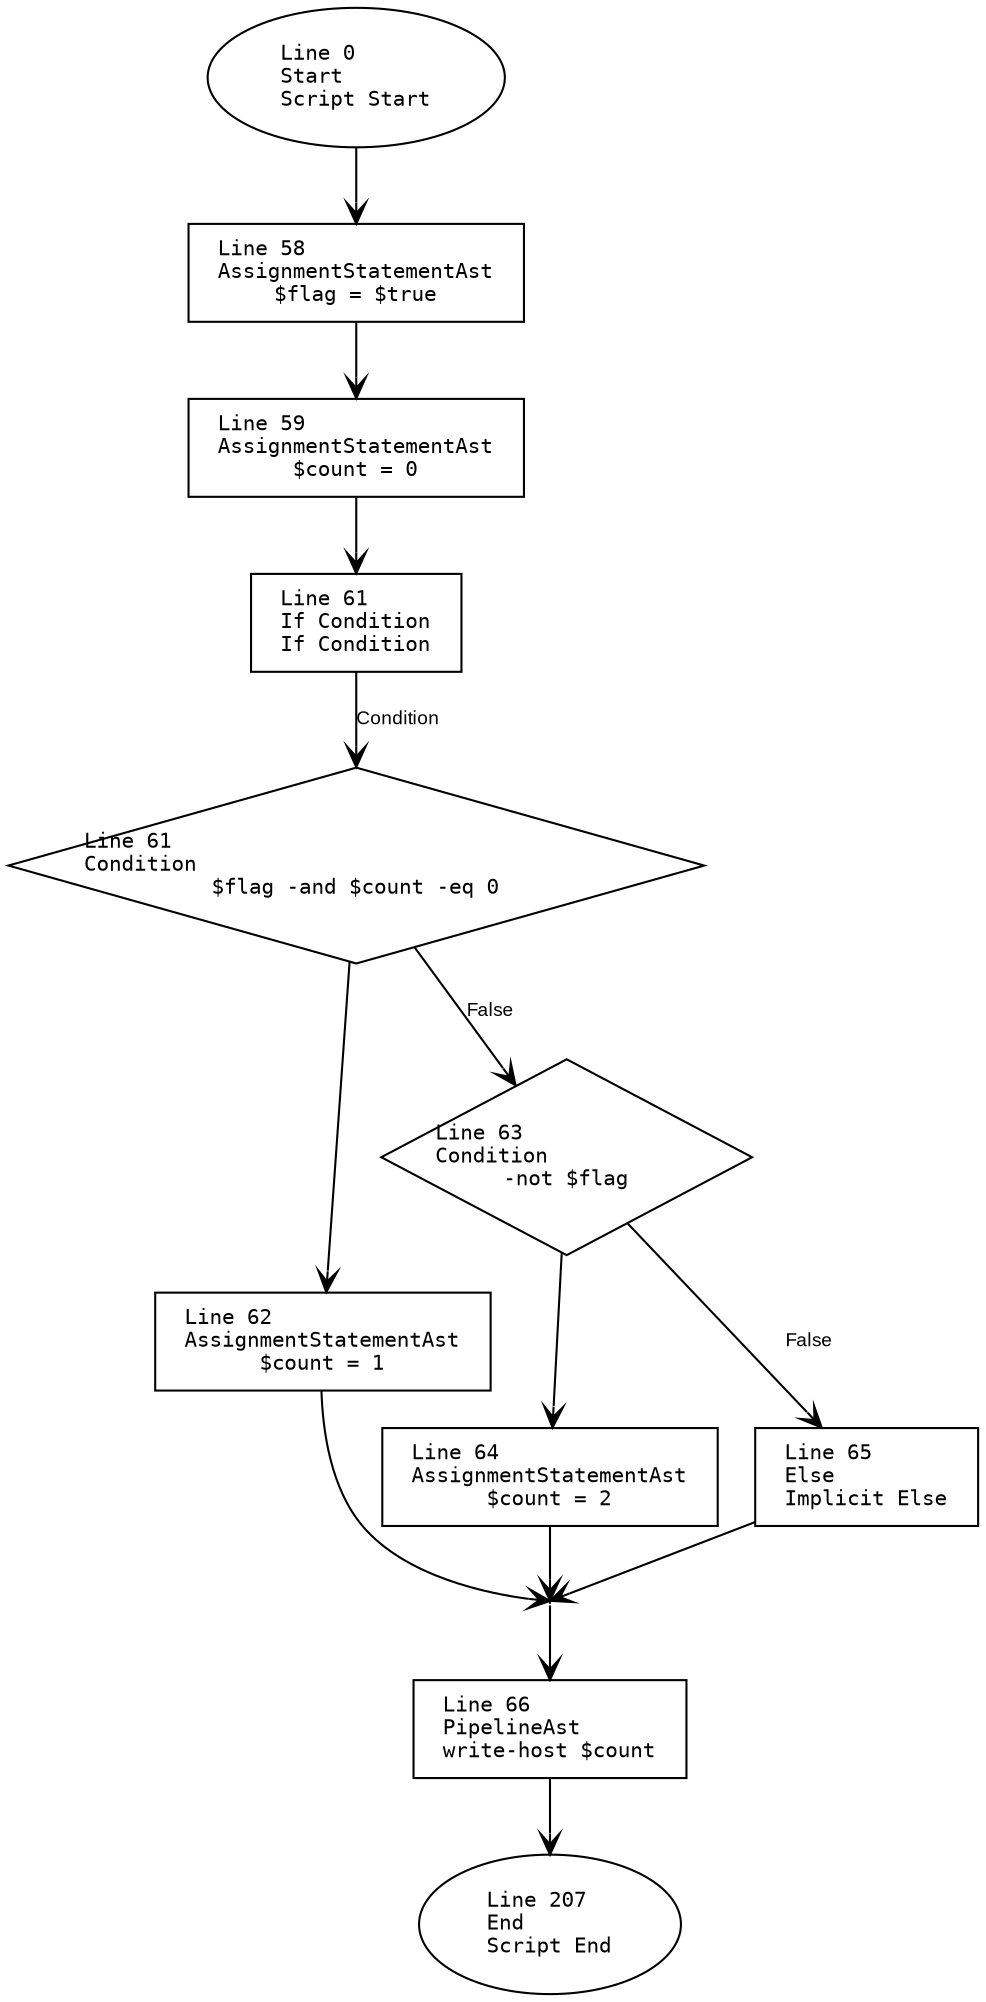
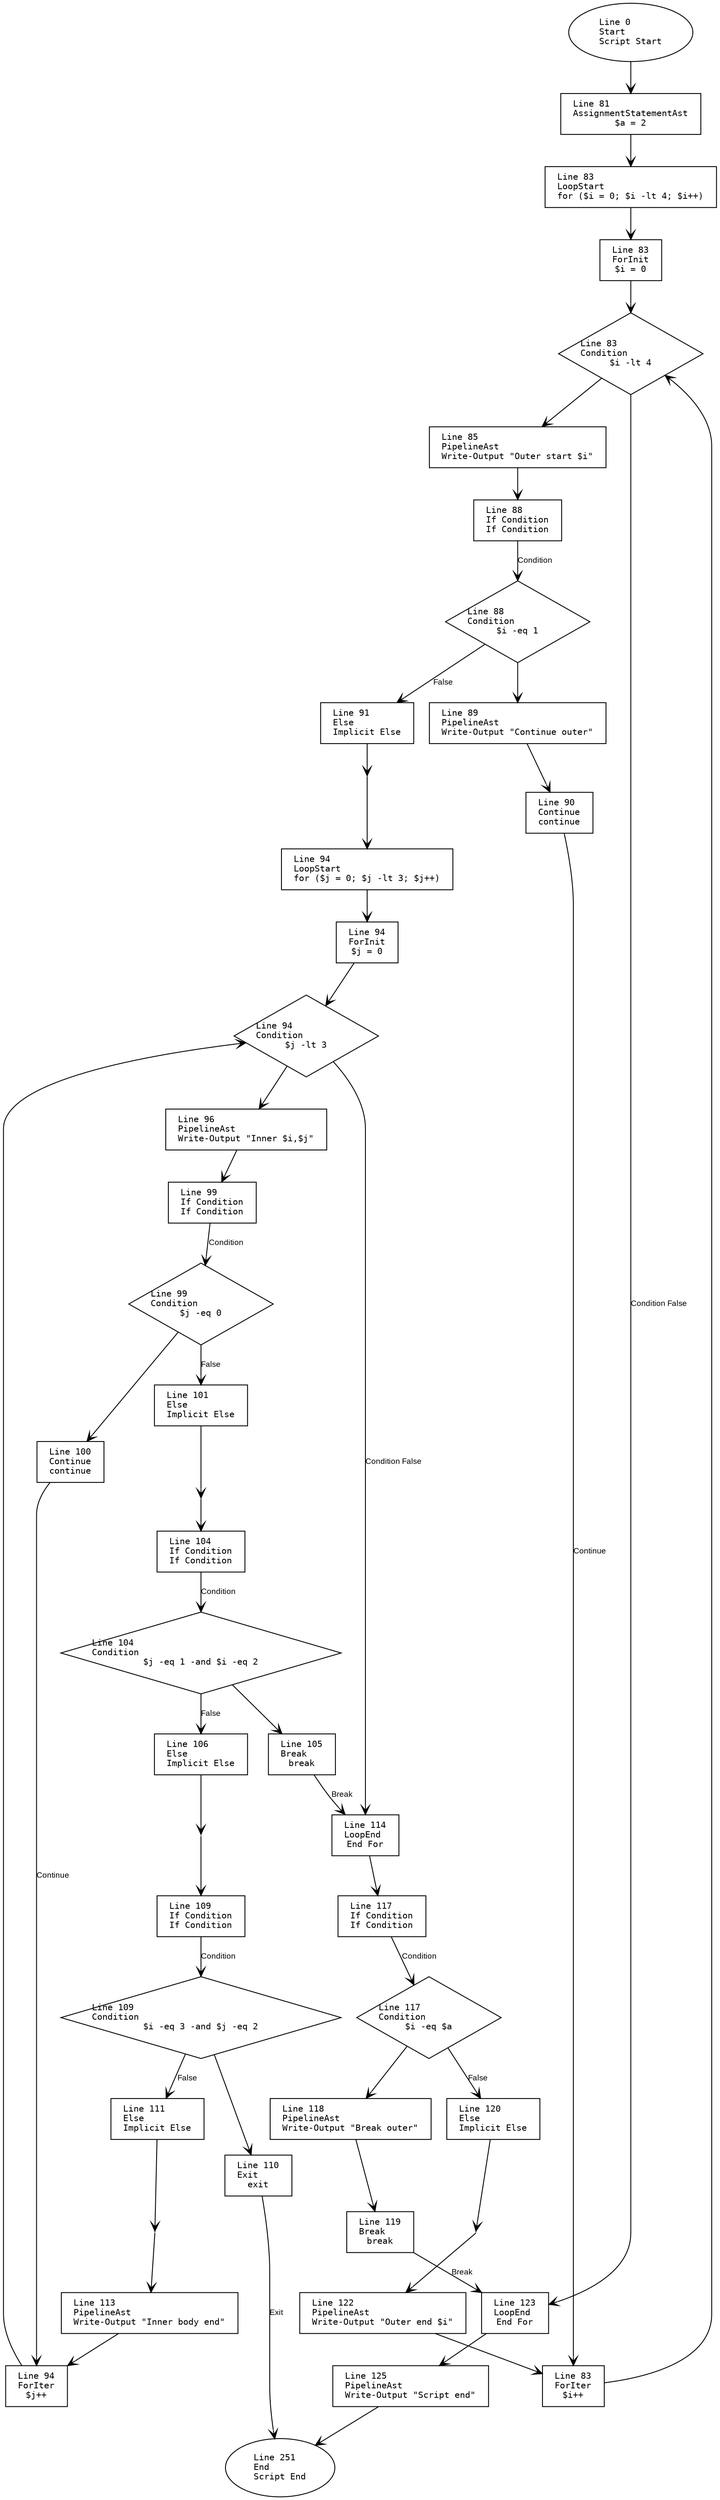
digraph G {
    rankdir=TB;
    node [
        fontname="Consolas"
        shape=box
        width=0
        height=0
        margin="0.2,0.1"
        fontsize=10
    ];
    edge [fontname="Arial", arrowhead=vee, fontsize=9];

    // Nodes
    1 [label="Line 0\lStart\lScript Start", shape=oval];
-     2 [label="Line 207\lEnd\lScript End", shape=oval];
-     3 [label="Line 58\lAssignmentStatementAst\l$flag = $true", shape=box];
-     4 [label="Line 59\lAssignmentStatementAst\l$count = 0", shape=box];
-     5 [label="Line 61\lIf Condition\lIf Condition", shape=box];
-     6 [label="Line 61\lCondition\l$flag -and $count -eq 0", shape=diamond];
-     7 [label="Line 62\lAssignmentStatementAst\l$count = 1", shape=box];
-     8 [label="Line 63\lCondition\l-not $flag", shape=diamond];
-     9 [label="Line 64\lAssignmentStatementAst\l$count = 2", shape=box];
-     10 [label="Line 65\lElse\lImplicit Else", shape=box];
-     11 [label="Line 65\lMerge\lIf-End", shape=point];
-     12 [label="Line 66\lPipelineAst\lwrite-host $count", shape=box];
+     2 [label="Line 251\lEnd\lScript End", shape=oval];
+     3 [label="Line 81\lAssignmentStatementAst\l$a = 2", shape=box];
+     4 [label="Line 83\lLoopStart\lfor ($i = 0; $i -lt 4; $i++)", shape=box];
+     5 [label="Line 83\lForInit\l$i = 0", shape=box];
+     6 [label="Line 83\lCondition\l$i -lt 4", shape=diamond];
+     7 [label="Line 123\lLoopEnd\lEnd For", shape=box];
+     8 [label="Line 83\lForIter\l$i++", shape=box];
+     9 [label="Line 85\lPipelineAst\lWrite-Output \"Outer start $i\"", shape=box];
+     10 [label="Line 88\lIf Condition\lIf Condition", shape=box];
+     11 [label="Line 88\lCondition\l$i -eq 1", shape=diamond];
+     12 [label="Line 89\lPipelineAst\lWrite-Output \"Continue outer\"", shape=box];
+     13 [label="Line 90\lContinue\lcontinue", shape=box];
+     14 [label="Line 91\lElse\lImplicit Else", shape=box];
+     15 [label="Line 91\lMerge\lIf-End", shape=point];
+     16 [label="Line 94\lLoopStart\lfor ($j = 0; $j -lt 3; $j++)", shape=box];
+     17 [label="Line 94\lForInit\l$j = 0", shape=box];
+     18 [label="Line 94\lCondition\l$j -lt 3", shape=diamond];
+     19 [label="Line 114\lLoopEnd\lEnd For", shape=box];
+     20 [label="Line 94\lForIter\l$j++", shape=box];
+     21 [label="Line 96\lPipelineAst\lWrite-Output \"Inner $i,$j\"", shape=box];
+     22 [label="Line 99\lIf Condition\lIf Condition", shape=box];
+     23 [label="Line 99\lCondition\l$j -eq 0", shape=diamond];
+     24 [label="Line 100\lContinue\lcontinue", shape=box];
+     25 [label="Line 101\lElse\lImplicit Else", shape=box];
+     26 [label="Line 101\lMerge\lIf-End", shape=point];
+     27 [label="Line 104\lIf Condition\lIf Condition", shape=box];
+     28 [label="Line 104\lCondition\l$j -eq 1 -and $i -eq 2", shape=diamond];
+     29 [label="Line 105\lBreak\lbreak", shape=box];
+     30 [label="Line 106\lElse\lImplicit Else", shape=box];
+     31 [label="Line 106\lMerge\lIf-End", shape=point];
+     32 [label="Line 109\lIf Condition\lIf Condition", shape=box];
+     33 [label="Line 109\lCondition\l$i -eq 3 -and $j -eq 2", shape=diamond];
+     34 [label="Line 110\lExit\lexit", shape=box];
+     35 [label="Line 111\lElse\lImplicit Else", shape=box];
+     36 [label="Line 111\lMerge\lIf-End", shape=point];
+     37 [label="Line 113\lPipelineAst\lWrite-Output \"Inner body end\"", shape=box];
+     38 [label="Line 117\lIf Condition\lIf Condition", shape=box];
+     39 [label="Line 117\lCondition\l$i -eq $a", shape=diamond];
+     40 [label="Line 118\lPipelineAst\lWrite-Output \"Break outer\"", shape=box];
+     41 [label="Line 119\lBreak\lbreak", shape=box];
+     42 [label="Line 120\lElse\lImplicit Else", shape=box];
+     43 [label="Line 120\lMerge\lIf-End", shape=point];
+     44 [label="Line 122\lPipelineAst\lWrite-Output \"Outer end $i\"", shape=box];
+     45 [label="Line 125\lPipelineAst\lWrite-Output \"Script end\"", shape=box];

    // Edges
    1 -> 3;
    3 -> 4;
    4 -> 5;
-     5 -> 6 [label="Condition"];
-     6 -> 7;
-     6 -> 8 [label="False"];
-     8 -> 9;
-     8 -> 10 [label="False"];
-     7 -> 11;
-     9 -> 11;
-     10 -> 11;
+     5 -> 6;
+     6 -> 9;
+     9 -> 10;
+     10 -> 11 [label="Condition"];
    11 -> 12;
-     12 -> 2;
+     12 -> 13;
+     13 -> 8 [label="Continue"];
+     11 -> 14 [label="False"];
+     14 -> 15;
+     15 -> 16;
+     16 -> 17;
+     17 -> 18;
+     18 -> 21;
+     21 -> 22;
+     22 -> 23 [label="Condition"];
+     23 -> 24;
+     24 -> 20 [label="Continue"];
+     23 -> 25 [label="False"];
+     25 -> 26;
+     26 -> 27;
+     27 -> 28 [label="Condition"];
+     28 -> 29;
+     29 -> 19 [label="Break"];
+     28 -> 30 [label="False"];
+     30 -> 31;
+     31 -> 32;
+     32 -> 33 [label="Condition"];
+     33 -> 34;
+     34 -> 2 [label="Exit"];
+     33 -> 35 [label="False"];
+     35 -> 36;
+     36 -> 37;
+     37 -> 20;
+     20 -> 18;
+     18 -> 19 [label="Condition False"];
+     19 -> 38;
+     38 -> 39 [label="Condition"];
+     39 -> 40;
+     40 -> 41;
+     41 -> 7 [label="Break"];
+     39 -> 42 [label="False"];
+     42 -> 43;
+     43 -> 44;
+     44 -> 8;
+     8 -> 6;
+     6 -> 7 [label="Condition False"];
+     7 -> 45;
+     45 -> 2;
}